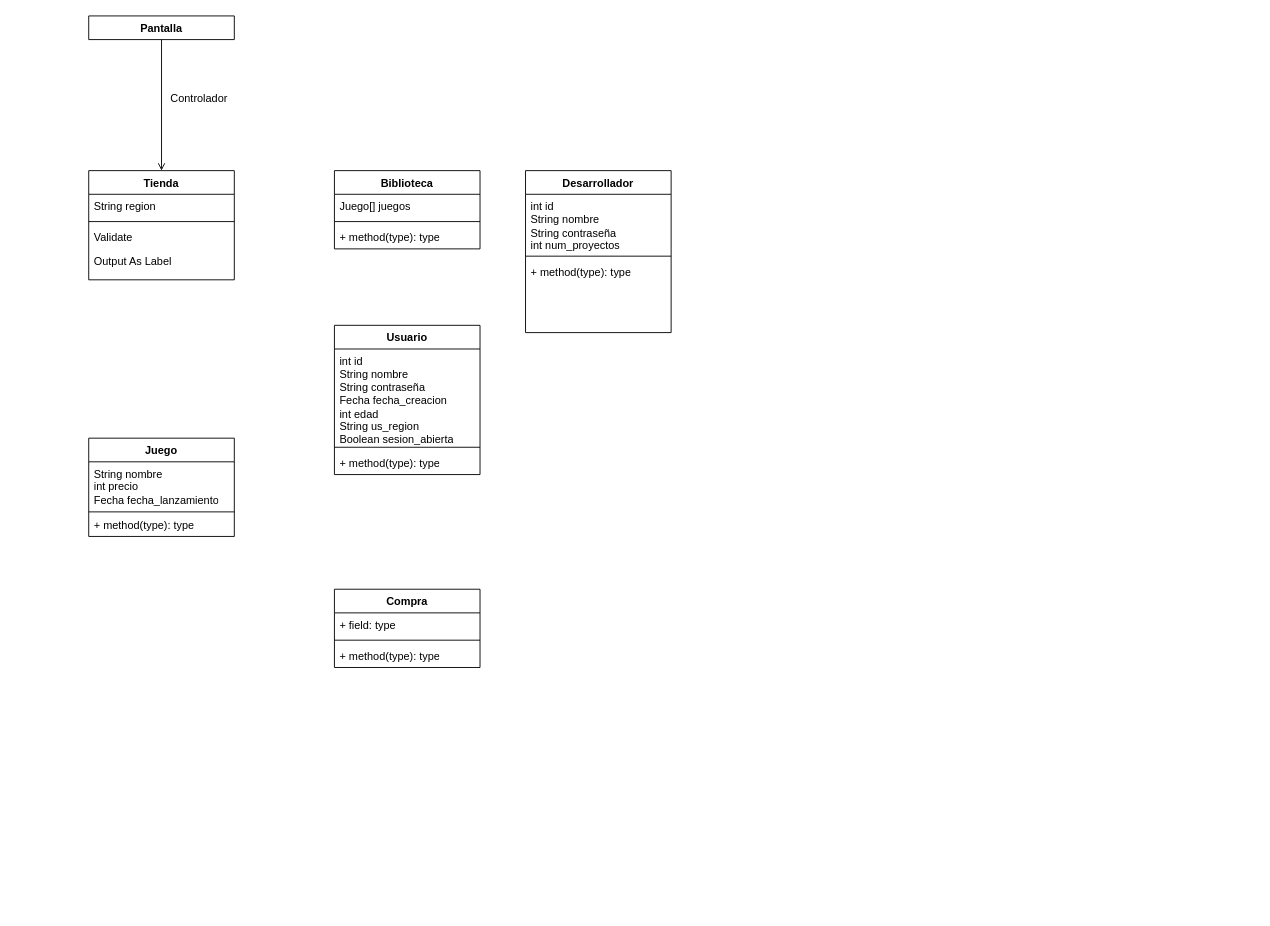
Before: Untitled Diagram.drawio in chuckinvictus/GymBooking, a draw.io diagram. Source tidied: cells renumbered, new cells numbered last; positions are measured from the earlier drawing's top-left corner, leaving out a move shared by most shapes. Both pictures are drawn from the tidied source at 91%, with x=0, y=0 at pixel (88, 15).
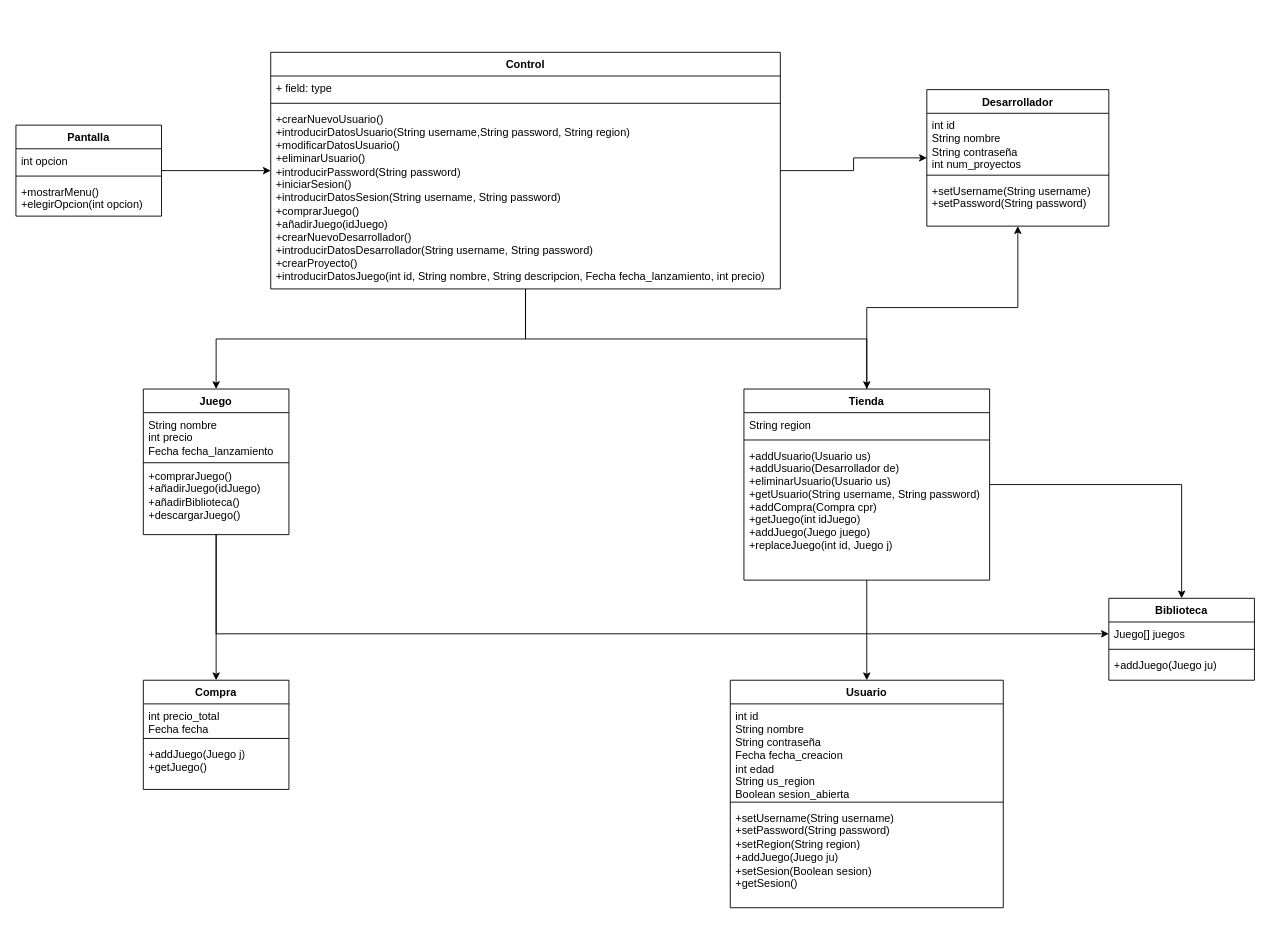
Above is the later version.

Unchanged cells that the change refers to:
```xml
<mxCell id="11" value="Juego[] juegos" style="text;strokeColor=none;fillColor=none;align=left;verticalAlign=top;spacingLeft=4;spacingRight=4;overflow=hidden;points=[[0,0.5],[1,0.5]];portConstraint=eastwest;whiteSpace=wrap;html=1;" parent="10" vertex="1">
  <mxGeometry y="26" width="160" height="26" as="geometry" />
</mxCell>
```

Change to the diagram source:
```diff
@@
-    <mxCell id="2" value="Pantalla" style="swimlane;fontStyle=1;align=center;verticalAlign=top;horizontal=1;startSize=26;rounded=0;shadow=0;strokeWidth=1;" parent="1" vertex="1" collapsed="1">
-      <mxGeometry width="160" height="26" as="geometry" />
-    </mxCell>
+    <mxCell id="30" style="edgeStyle=orthogonalEdgeStyle;rounded=0;jettySize=auto;html=1;" parent="1" edge="1" source="3" target="14">
+      <mxGeometry relative="1" as="geometry" />
+    </mxCell>
+    <mxCell id="31" style="edgeStyle=orthogonalEdgeStyle;rounded=0;jettySize=auto;html=1;" parent="1" edge="1" source="3" target="10">
+      <mxGeometry relative="1" as="geometry" />
+    </mxCell>
+    <mxCell id="32" style="edgeStyle=orthogonalEdgeStyle;rounded=0;jettySize=auto;html=1;" parent="1" edge="1" source="3" target="26">
+      <mxGeometry relative="1" as="geometry" />
+    </mxCell>
     <mxCell id="3" value="Tienda" style="swimlane;fontStyle=1;align=center;verticalAlign=top;horizontal=1;startSize=26;rounded=0;shadow=0;strokeWidth=1;" parent="1" vertex="1">
-      <mxGeometry y="170" width="160" height="120" as="geometry" />
+      <mxGeometry x="720" y="410" width="270" height="210" as="geometry" />
     </mxCell>
     <mxCell id="4" value="String region&#10;" style="text;align=left;verticalAlign=top;spacingLeft=4;spacingRight=4;overflow=hidden;" parent="3" vertex="1">
-      <mxGeometry y="26" width="160" height="26" as="geometry" />
+      <mxGeometry y="26" width="270" height="26" as="geometry" />
     </mxCell>
     <mxCell id="5" style="line;html=1;strokeWidth=1;align=left;verticalAlign=middle;spacingTop=-1;spacingLeft=3;spacingRight=3;labelPosition=right;" parent="3" vertex="1">
-      <mxGeometry y="52" width="160" height="8" as="geometry" />
+      <mxGeometry y="52" width="270" height="8" as="geometry" />
     </mxCell>
-    <mxCell id="6" value="Validate" style="text;align=left;verticalAlign=top;spacingLeft=4;spacingRight=4;overflow=hidden;" parent="3" vertex="1">
-      <mxGeometry y="60" width="160" height="26" as="geometry" />
-    </mxCell>
-    <mxCell id="7" value="Output As Label" style="text;align=left;verticalAlign=top;spacingLeft=4;spacingRight=4;overflow=hidden;" parent="3" vertex="1">
-      <mxGeometry y="86" width="160" height="26" as="geometry" />
+    <mxCell id="7" value="+addUsuario(Usuario us)&#10;+addUsuario(Desarrollador de)&#10;+eliminarUsuario(Usuario us)&#10;+getUsuario(String username, String password)&#10;+addCompra(Compra cpr)&#10;+getJuego(int idJuego)&#10;+addJuego(Juego juego)&#10;+replaceJuego(int id, Juego j)&#10;" style="text;align=left;verticalAlign=top;spacingLeft=4;spacingRight=4;overflow=hidden;" parent="3" vertex="1">
+      <mxGeometry y="60" width="270" height="140" as="geometry" />
     </mxCell>
-    <mxCell id="8" style="endArrow=open;shadow=0;strokeWidth=1;rounded=0;endFill=1;edgeStyle=elbowEdgeStyle;elbow=vertical;" parent="1" edge="1" source="2" target="3">
-      <mxGeometry x="0.5" y="41" relative="1" as="geometry">
-        <mxPoint x="-40" y="32" as="offset" />
-      </mxGeometry>
-    </mxCell>
-    <mxCell id="9" value="&lt;div&gt;Controlador&lt;/div&gt;" style="text;html=1;align=center;verticalAlign=middle;labelBackgroundColor=none;rounded=0;shadow=0;strokeWidth=1;fontSize=12;" parent="8" vertex="1">
-      <mxGeometry x="0.5" y="49" relative="1" as="geometry">
-        <mxPoint x="-9" y="-44" as="offset" />
-      </mxGeometry>
-    </mxCell>
     <mxCell id="10" value="Biblioteca" style="swimlane;fontStyle=1;align=center;verticalAlign=top;horizontal=1;startSize=26;whiteSpace=wrap;html=1;" parent="1" vertex="1">
-      <mxGeometry x="270" y="170" width="160" height="86" as="geometry" />
+      <mxGeometry x="1121" y="640" width="160" height="90" as="geometry" />
     </mxCell>
@@
-    <mxCell id="13" value="+ method(type): type" style="text;strokeColor=none;fillColor=none;align=left;verticalAlign=top;spacingLeft=4;spacingRight=4;overflow=hidden;whiteSpace=wrap;html=1;" parent="10" vertex="1">
-      <mxGeometry y="60" width="160" height="26" as="geometry" />
+    <mxCell id="13" value="+addJuego(Juego ju)" style="text;strokeColor=none;fillColor=none;align=left;verticalAlign=top;spacingLeft=4;spacingRight=4;overflow=hidden;whiteSpace=wrap;html=1;" parent="10" vertex="1">
+      <mxGeometry y="60" width="160" height="30" as="geometry" />
     </mxCell>
     <mxCell id="14" value="Usuario" style="swimlane;fontStyle=1;align=center;verticalAlign=top;horizontal=1;startSize=26;whiteSpace=wrap;html=1;" parent="1" vertex="1">
-      <mxGeometry x="270" y="340" width="160" height="164" as="geometry" />
+      <mxGeometry x="705" y="730" width="300" height="250" as="geometry" />
     </mxCell>
     <mxCell id="15" value="&lt;div&gt;int id&lt;/div&gt;&lt;div&gt;String nombre&lt;/div&gt;&lt;div&gt;String contraseña&lt;/div&gt;&lt;div&gt;Fecha fecha_creacion&lt;/div&gt;&lt;div&gt;int edad&lt;/div&gt;&lt;div&gt;String us_region&lt;/div&gt;&lt;div&gt;Boolean sesion_abierta&lt;br&gt;&lt;/div&gt;" style="text;strokeColor=none;fillColor=none;align=left;verticalAlign=top;spacingLeft=4;spacingRight=4;overflow=hidden;whiteSpace=wrap;html=1;" parent="14" vertex="1">
-      <mxGeometry y="26" width="160" height="104" as="geometry" />
+      <mxGeometry y="26" width="300" height="104" as="geometry" />
     </mxCell>
     <mxCell id="16" style="line;strokeWidth=1;fillColor=none;align=left;verticalAlign=middle;spacingTop=-1;spacingLeft=3;spacingRight=3;labelPosition=right;strokeColor=inherit;" parent="14" vertex="1">
-      <mxGeometry y="130" width="160" height="8" as="geometry" />
+      <mxGeometry y="130" width="300" height="8" as="geometry" />
     </mxCell>
-    <mxCell id="17" value="+ method(type): type" style="text;strokeColor=none;fillColor=none;align=left;verticalAlign=top;spacingLeft=4;spacingRight=4;overflow=hidden;whiteSpace=wrap;html=1;" parent="14" vertex="1">
-      <mxGeometry y="138" width="160" height="26" as="geometry" />
+    <mxCell id="17" value="&lt;div&gt;+setUsername(String username)&lt;/div&gt;&lt;div&gt;+setPassword(String password)&lt;/div&gt;&lt;div&gt;+setRegion(String region)&lt;br&gt;&lt;/div&gt;&lt;div&gt;+addJuego(Juego ju)&lt;/div&gt;&lt;div&gt;+setSesion(Boolean sesion)&lt;/div&gt;&lt;div&gt;+getSesion()&lt;br&gt;&lt;/div&gt;" style="text;strokeColor=none;fillColor=none;align=left;verticalAlign=top;spacingLeft=4;spacingRight=4;overflow=hidden;whiteSpace=wrap;html=1;" parent="14" vertex="1">
+      <mxGeometry y="138" width="300" height="112" as="geometry" />
     </mxCell>
     <mxCell id="18" value="Compra" style="swimlane;fontStyle=1;align=center;verticalAlign=top;horizontal=1;startSize=26;whiteSpace=wrap;html=1;" parent="1" vertex="1">
-      <mxGeometry x="270" y="630" width="160" height="86" as="geometry" />
+      <mxGeometry x="60" y="730" width="160" height="120" as="geometry" />
     </mxCell>
-    <mxCell id="19" value="+ field: type" style="text;strokeColor=none;fillColor=none;align=left;verticalAlign=top;spacingLeft=4;spacingRight=4;overflow=hidden;whiteSpace=wrap;html=1;" parent="18" vertex="1">
-      <mxGeometry y="26" width="160" height="26" as="geometry" />
+    <mxCell id="19" value="&lt;div&gt;int precio_total&lt;/div&gt;&lt;div&gt;Fecha fecha&lt;br&gt;&lt;/div&gt;" style="text;strokeColor=none;fillColor=none;align=left;verticalAlign=top;spacingLeft=4;spacingRight=4;overflow=hidden;whiteSpace=wrap;html=1;" parent="18" vertex="1">
+      <mxGeometry y="26" width="160" height="34" as="geometry" />
     </mxCell>
     <mxCell id="20" style="line;strokeWidth=1;fillColor=none;align=left;verticalAlign=middle;spacingTop=-1;spacingLeft=3;spacingRight=3;labelPosition=right;strokeColor=inherit;" parent="18" vertex="1">
-      <mxGeometry y="52" width="160" height="8" as="geometry" />
+      <mxGeometry y="60" width="160" height="8" as="geometry" />
     </mxCell>
-    <mxCell id="21" value="+ method(type): type" style="text;strokeColor=none;fillColor=none;align=left;verticalAlign=top;spacingLeft=4;spacingRight=4;overflow=hidden;whiteSpace=wrap;html=1;" parent="18" vertex="1">
-      <mxGeometry y="60" width="160" height="26" as="geometry" />
+    <mxCell id="21" value="&lt;div&gt;+addJuego(Juego j)&lt;/div&gt;&lt;div&gt;+getJuego()&lt;/div&gt;&lt;div&gt;&lt;br&gt;&lt;/div&gt;" style="text;strokeColor=none;fillColor=none;align=left;verticalAlign=top;spacingLeft=4;spacingRight=4;overflow=hidden;whiteSpace=wrap;html=1;" parent="18" vertex="1">
+      <mxGeometry y="68" width="160" height="52" as="geometry" />
     </mxCell>
+    <mxCell id="33" style="edgeStyle=orthogonalEdgeStyle;rounded=0;jettySize=auto;html=1;" parent="1" edge="1" source="22" target="18">
+      <mxGeometry relative="1" as="geometry" />
+    </mxCell>
+    <mxCell id="34" style="edgeStyle=orthogonalEdgeStyle;rounded=0;jettySize=auto;html=1;entryX=0;entryY=0.5;entryDx=0;entryDy=0;" parent="1" edge="1" source="22" target="11">
+      <mxGeometry relative="1" as="geometry" />
+    </mxCell>
     <mxCell id="22" value="Juego" style="swimlane;fontStyle=1;align=center;verticalAlign=top;horizontal=1;startSize=26;whiteSpace=wrap;html=1;" parent="1" vertex="1">
-      <mxGeometry y="464" width="160" height="108" as="geometry" />
+      <mxGeometry x="60" y="410" width="160" height="160" as="geometry" />
     </mxCell>
@@
-    <mxCell id="25" value="+ method(type): type" style="text;strokeColor=none;fillColor=none;align=left;verticalAlign=top;spacingLeft=4;spacingRight=4;overflow=hidden;whiteSpace=wrap;html=1;" parent="22" vertex="1">
-      <mxGeometry y="82" width="160" height="26" as="geometry" />
+    <mxCell id="25" value="&lt;div&gt;+comprarJuego()&lt;/div&gt;&lt;div&gt;+añadirJuego(idJuego)&lt;/div&gt;&lt;div&gt;+añadirBiblioteca()&lt;/div&gt;&lt;div&gt;+descargarJuego()&lt;br&gt;&lt;/div&gt;" style="text;strokeColor=none;fillColor=none;align=left;verticalAlign=top;spacingLeft=4;spacingRight=4;overflow=hidden;whiteSpace=wrap;html=1;" parent="22" vertex="1">
+      <mxGeometry y="82" width="160" height="78" as="geometry" />
     </mxCell>
     <mxCell id="26" value="Desarrollador" style="swimlane;fontStyle=1;align=center;verticalAlign=top;horizontal=1;startSize=26;whiteSpace=wrap;html=1;" parent="1" vertex="1">
-      <mxGeometry x="480" y="170" width="160" height="178" as="geometry" />
+      <mxGeometry x="921" y="81" width="200" height="150" as="geometry" />
     </mxCell>
     <mxCell id="27" value="&lt;div&gt;int id&lt;/div&gt;&lt;div&gt;String nombre&lt;/div&gt;&lt;div&gt;String contraseña&lt;/div&gt;&lt;div&gt;int num_proyectos&lt;br&gt;&lt;/div&gt;" style="text;strokeColor=none;fillColor=none;align=left;verticalAlign=top;spacingLeft=4;spacingRight=4;overflow=hidden;whiteSpace=wrap;html=1;" parent="26" vertex="1">
-      <mxGeometry y="26" width="160" height="64" as="geometry" />
+      <mxGeometry y="26" width="200" height="64" as="geometry" />
     </mxCell>
     <mxCell id="28" style="line;strokeWidth=1;fillColor=none;align=left;verticalAlign=middle;spacingTop=-1;spacingLeft=3;spacingRight=3;labelPosition=right;strokeColor=inherit;" parent="26" vertex="1">
-      <mxGeometry y="90" width="160" height="8" as="geometry" />
+      <mxGeometry y="90" width="200" height="8" as="geometry" />
     </mxCell>
-    <mxCell id="29" value="+ method(type): type" style="text;strokeColor=none;fillColor=none;align=left;verticalAlign=top;spacingLeft=4;spacingRight=4;overflow=hidden;whiteSpace=wrap;html=1;" parent="26" vertex="1">
-      <mxGeometry y="98" width="160" height="80" as="geometry" />
+    <mxCell id="29" value="&lt;div&gt;+setUsername(String username)&lt;/div&gt;&lt;div&gt;+setPassword(String password)&lt;br&gt;&lt;/div&gt;" style="text;strokeColor=none;fillColor=none;align=left;verticalAlign=top;spacingLeft=4;spacingRight=4;overflow=hidden;whiteSpace=wrap;html=1;" parent="26" vertex="1">
+      <mxGeometry y="98" width="200" height="52" as="geometry" />
     </mxCell>
+    <mxCell id="35" style="edgeStyle=orthogonalEdgeStyle;rounded=0;jettySize=auto;html=1;" parent="1" edge="1" source="38" target="3">
+      <mxGeometry relative="1" as="geometry" />
+    </mxCell>
+    <mxCell id="36" style="edgeStyle=orthogonalEdgeStyle;rounded=0;jettySize=auto;html=1;" parent="1" edge="1" source="38" target="22">
+      <mxGeometry relative="1" as="geometry" />
+    </mxCell>
+    <mxCell id="37" style="edgeStyle=orthogonalEdgeStyle;rounded=0;jettySize=auto;html=1;" parent="1" edge="1" source="38" target="26">
+      <mxGeometry relative="1" as="geometry" />
+    </mxCell>
+    <mxCell id="38" value="&lt;div&gt;Control&lt;/div&gt;" style="swimlane;fontStyle=1;align=center;verticalAlign=top;horizontal=1;startSize=26;whiteSpace=wrap;html=1;" parent="1" vertex="1">
+      <mxGeometry x="200" y="40" width="560" height="260" as="geometry" />
+    </mxCell>
+    <mxCell id="39" value="+ field: type" style="text;strokeColor=none;fillColor=none;align=left;verticalAlign=top;spacingLeft=4;spacingRight=4;overflow=hidden;whiteSpace=wrap;html=1;" parent="38" vertex="1">
+      <mxGeometry y="26" width="560" height="26" as="geometry" />
+    </mxCell>
+    <mxCell id="40" style="line;strokeWidth=1;fillColor=none;align=left;verticalAlign=middle;spacingTop=-1;spacingLeft=3;spacingRight=3;labelPosition=right;strokeColor=inherit;" parent="38" vertex="1">
+      <mxGeometry y="52" width="560" height="8" as="geometry" />
+    </mxCell>
+    <mxCell id="41" value="&lt;div&gt;+crearNuevoUsuario()&lt;/div&gt;&lt;div&gt;+introducirDatosUsuario(String username,String password, String region)&lt;/div&gt;&lt;div&gt;+modificarDatosUsuario()&lt;/div&gt;&lt;div&gt;+eliminarUsuario()&lt;/div&gt;&lt;div&gt;+introducirPassword(String password)&lt;/div&gt;&lt;div&gt;+iniciarSesion()&lt;br&gt;&lt;/div&gt;&lt;div&gt;+introducirDatosSesion(String username, String password)&lt;/div&gt;&lt;div&gt;+comprarJuego()&lt;/div&gt;&lt;div&gt;+añadirJuego(idJuego)&lt;/div&gt;&lt;div&gt;+crearNuevoDesarrollador()&lt;/div&gt;&lt;div&gt;+introducirDatosDesarrollador(String username, String password)&lt;/div&gt;&lt;div&gt;+crearProyecto()&lt;/div&gt;&lt;div&gt;+introducirDatosJuego(int id, String nombre, String descripcion, Fecha fecha_lanzamiento, int precio)&lt;/div&gt;" style="text;strokeColor=none;fillColor=none;align=left;verticalAlign=top;spacingLeft=4;spacingRight=4;overflow=hidden;whiteSpace=wrap;html=1;" parent="38" vertex="1">
+      <mxGeometry y="60" width="560" height="200" as="geometry" />
+    </mxCell>
+    <mxCell id="42" style="edgeStyle=orthogonalEdgeStyle;rounded=0;jettySize=auto;html=1;" parent="1" edge="1" source="2" target="38">
+      <mxGeometry relative="1" as="geometry" />
+    </mxCell>
+    <mxCell id="2" value="Pantalla" style="swimlane;fontStyle=1;align=center;verticalAlign=top;horizontal=1;startSize=26;whiteSpace=wrap;html=1;" parent="1" vertex="1">
+      <mxGeometry x="-80" y="120" width="160" height="100" as="geometry" />
+    </mxCell>
+    <mxCell id="43" value="int opcion" style="text;strokeColor=none;fillColor=none;align=left;verticalAlign=top;spacingLeft=4;spacingRight=4;overflow=hidden;whiteSpace=wrap;html=1;" parent="2" vertex="1">
+      <mxGeometry y="26" width="160" height="26" as="geometry" />
+    </mxCell>
+    <mxCell id="44" style="line;strokeWidth=1;fillColor=none;align=left;verticalAlign=middle;spacingTop=-1;spacingLeft=3;spacingRight=3;labelPosition=right;strokeColor=inherit;" parent="2" vertex="1">
+      <mxGeometry y="52" width="160" height="8" as="geometry" />
+    </mxCell>
+    <mxCell id="45" value="&lt;div&gt;+mostrarMenu()&lt;/div&gt;&lt;div&gt;+elegirOpcion(int opcion)&lt;br&gt;&lt;/div&gt;" style="text;strokeColor=none;fillColor=none;align=left;verticalAlign=top;spacingLeft=4;spacingRight=4;overflow=hidden;whiteSpace=wrap;html=1;" parent="2" vertex="1">
+      <mxGeometry y="60" width="160" height="40" as="geometry" />
+    </mxCell>
```
